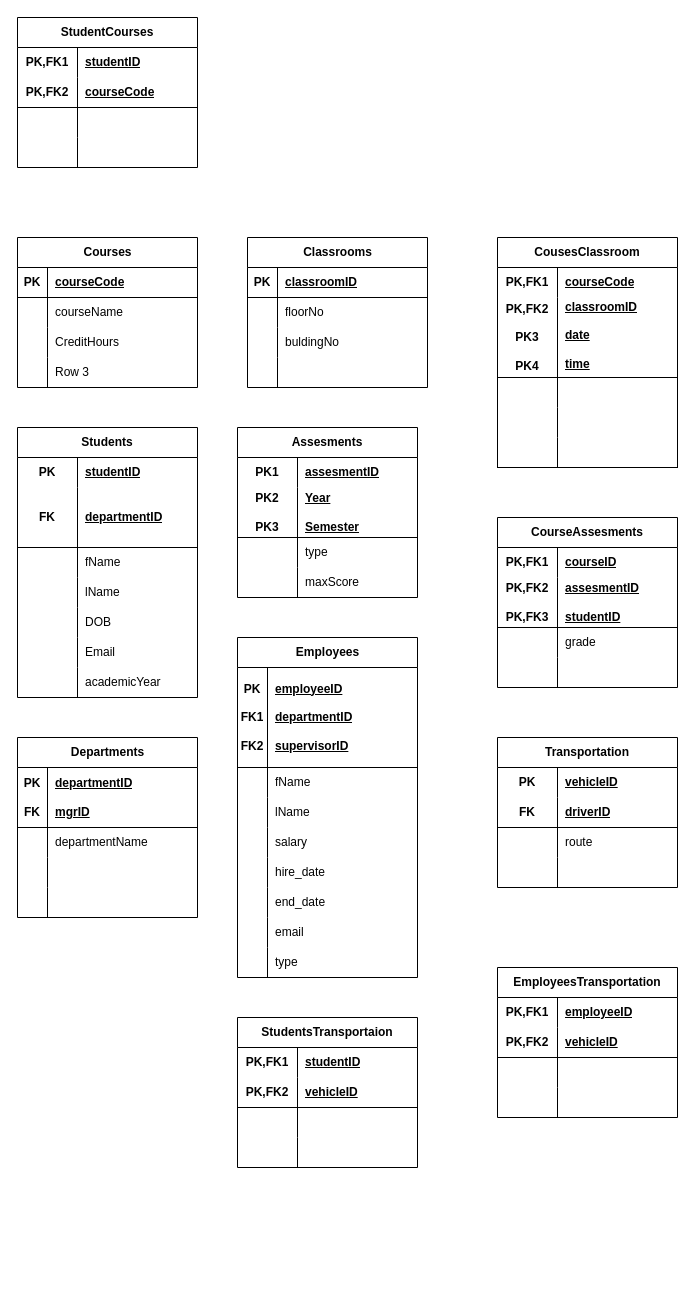
This is FacultyMapping.drawio from seiffmohamedd/University_DBMS, a draw.io file, before an edit. Source tidied: cells renumbered, new cells numbered last; positions are measured from the earlier drawing's top-left corner, leaving out a move shared by most shapes. Both pictures are drawn from the tidied source at 100%, with x=0, y=0 at pixel (17, 17).
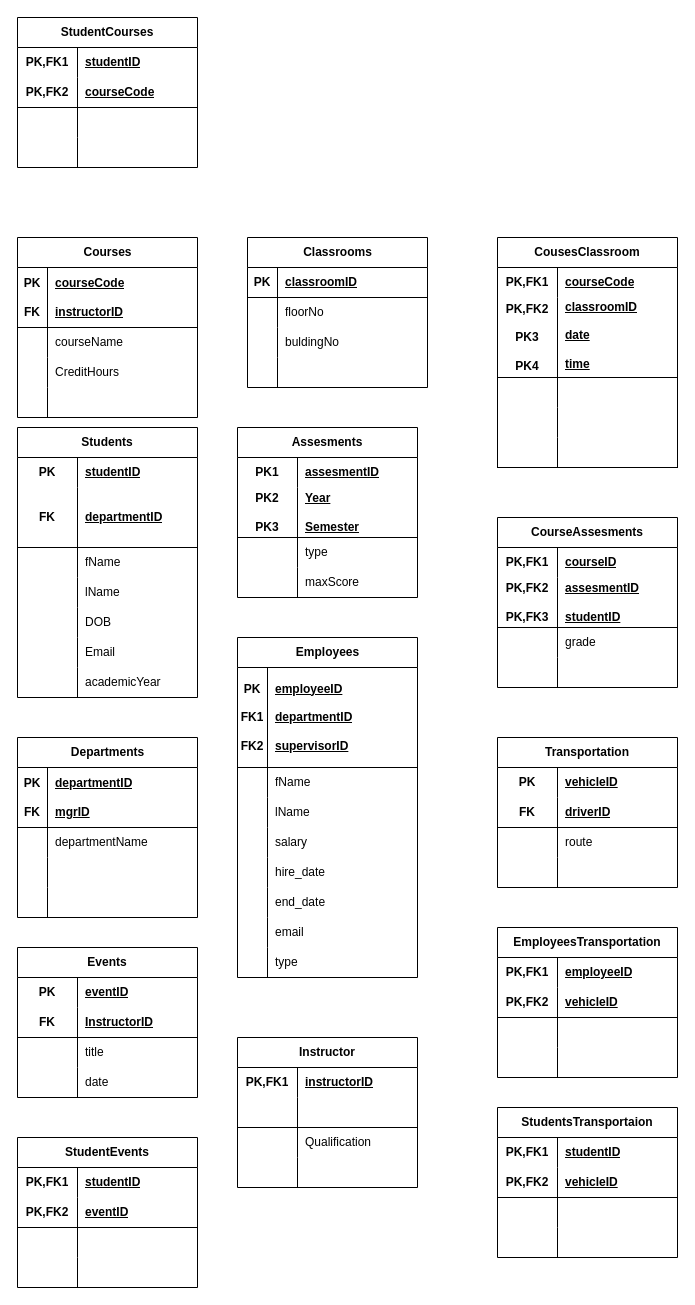
The same page after the edit.

Commit message (it also covers changes not shown here):
ERD Relations updated , Mapping done

Diff of the diagram source:
```diff
@@
     <mxCell id="15" value="Courses" style="shape=table;startSize=30;childLayout=tableLayout;rowLines=0;fontStyle=1;align=center;html=1;" parent="1" vertex="1">
-      <mxGeometry y="220" width="180" height="150" as="geometry" />
+      <mxGeometry y="220" width="180" height="180" as="geometry" />
     </mxCell>
     <mxCell id="16" style="shape=tableRow;horizontal=0;startSize=0;swimlaneHead=0;swimlaneBody=0;fillColor=none;top=0;left=0;right=0;bottom=1;" parent="15" vertex="1">
-      <mxGeometry y="30" width="180" height="30" as="geometry" />
+      <mxGeometry y="30" width="180" height="60" as="geometry" />
     </mxCell>
-    <mxCell id="17" value="PK" style="shape=partialRectangle;fillColor=none;top=0;left=0;bottom=0;right=0;fontStyle=1;overflow=hidden;whiteSpace=wrap;html=1;" parent="16" vertex="1">
-      <mxGeometry width="30" height="30" as="geometry" />
+    <mxCell id="17" value="PK&lt;div&gt;&lt;br&gt;&lt;/div&gt;&lt;div&gt;FK&lt;/div&gt;" style="shape=partialRectangle;fillColor=none;top=0;left=0;bottom=0;right=0;fontStyle=1;overflow=hidden;whiteSpace=wrap;html=1;" parent="16" vertex="1">
+      <mxGeometry width="30" height="60" as="geometry" />
     </mxCell>
-    <mxCell id="18" value="courseCode" style="shape=partialRectangle;fillColor=none;top=0;left=0;bottom=0;right=0;align=left;spacingLeft=6;fontStyle=5;overflow=hidden;whiteSpace=wrap;html=1;" parent="16" vertex="1">
-      <mxGeometry x="30" width="150" height="30" as="geometry" />
+    <mxCell id="18" value="courseCode&lt;div&gt;&lt;br&gt;&lt;/div&gt;&lt;div&gt;instructorID&lt;/div&gt;" style="shape=partialRectangle;fillColor=none;top=0;left=0;bottom=0;right=0;align=left;spacingLeft=6;fontStyle=5;overflow=hidden;whiteSpace=wrap;html=1;" parent="16" vertex="1">
+      <mxGeometry x="30" width="150" height="60" as="geometry" />
     </mxCell>
     <mxCell id="19" style="shape=tableRow;horizontal=0;startSize=0;swimlaneHead=0;swimlaneBody=0;fillColor=none;top=0;left=0;right=0;bottom=0;" parent="15" vertex="1">
-      <mxGeometry y="60" width="180" height="30" as="geometry" />
+      <mxGeometry y="90" width="180" height="30" as="geometry" />
     </mxCell>
@@
     <mxCell id="22" style="shape=tableRow;horizontal=0;startSize=0;swimlaneHead=0;swimlaneBody=0;fillColor=none;top=0;left=0;right=0;bottom=0;" parent="15" vertex="1">
-      <mxGeometry y="90" width="180" height="30" as="geometry" />
+      <mxGeometry y="120" width="180" height="30" as="geometry" />
     </mxCell>
@@
     <mxCell id="25" style="shape=tableRow;horizontal=0;startSize=0;swimlaneHead=0;swimlaneBody=0;fillColor=none;top=0;left=0;right=0;bottom=0;" parent="15" vertex="1">
-      <mxGeometry y="120" width="180" height="30" as="geometry" />
+      <mxGeometry y="150" width="180" height="30" as="geometry" />
     </mxCell>
@@
-    <mxCell id="27" value="Row 3" style="shape=partialRectangle;fillColor=none;top=0;left=0;bottom=0;right=0;align=left;spacingLeft=6;overflow=hidden;whiteSpace=wrap;html=1;" parent="25" vertex="1">
+    <mxCell id="27" style="shape=partialRectangle;fillColor=none;top=0;left=0;bottom=0;right=0;align=left;spacingLeft=6;overflow=hidden;whiteSpace=wrap;html=1;" parent="25" vertex="1">
       <mxGeometry x="30" width="150" height="30" as="geometry" />
     </mxCell>
@@
     <mxCell id="156" value="EmployeesTransportation" style="shape=table;startSize=30;childLayout=tableLayout;rowLines=0;fontStyle=1;align=center;html=1;whiteSpace=wrap;" parent="1" vertex="1">
-      <mxGeometry x="480" y="950" width="180" height="150" as="geometry" />
+      <mxGeometry x="480" y="910" width="180" height="150" as="geometry" />
     </mxCell>
@@
     <mxCell id="169" value="StudentsTransportaion" style="shape=table;startSize=30;childLayout=tableLayout;rowLines=0;fontStyle=1;align=center;html=1;whiteSpace=wrap;" parent="1" vertex="1">
-      <mxGeometry x="220" y="1000" width="180" height="150" as="geometry" />
+      <mxGeometry x="480" y="1090" width="180" height="150" as="geometry" />
     </mxCell>
@@
+    <mxCell id="182" value="Events" style="shape=table;startSize=30;childLayout=tableLayout;rowLines=0;fontStyle=1;align=center;html=1;whiteSpace=wrap;" parent="1" vertex="1">
+      <mxGeometry y="930" width="180" height="150" as="geometry" />
+    </mxCell>
+    <mxCell id="183" style="shape=tableRow;horizontal=0;startSize=0;swimlaneHead=0;swimlaneBody=0;fillColor=none;top=0;left=0;right=0;bottom=0;html=1;" parent="182" vertex="1">
+      <mxGeometry y="30" width="180" height="30" as="geometry" />
+    </mxCell>
+    <mxCell id="184" value="PK" style="shape=partialRectangle;fillColor=none;top=0;left=0;bottom=0;right=0;fontStyle=1;overflow=hidden;html=1;whiteSpace=wrap;" parent="183" vertex="1">
+      <mxGeometry width="60" height="30" as="geometry" />
+    </mxCell>
+    <mxCell id="185" value="eventID" style="shape=partialRectangle;fillColor=none;top=0;left=0;bottom=0;right=0;align=left;spacingLeft=6;fontStyle=5;overflow=hidden;html=1;whiteSpace=wrap;" parent="183" vertex="1">
+      <mxGeometry x="60" width="120" height="30" as="geometry" />
+    </mxCell>
+    <mxCell id="186" style="shape=tableRow;horizontal=0;startSize=0;swimlaneHead=0;swimlaneBody=0;fillColor=none;top=0;left=0;right=0;bottom=1;html=1;" parent="182" vertex="1">
+      <mxGeometry y="60" width="180" height="30" as="geometry" />
+    </mxCell>
+    <mxCell id="187" value="FK" style="shape=partialRectangle;fillColor=none;top=0;left=0;bottom=0;right=0;fontStyle=1;overflow=hidden;html=1;whiteSpace=wrap;" parent="186" vertex="1">
+      <mxGeometry width="60" height="30" as="geometry" />
+    </mxCell>
+    <mxCell id="188" value="InstructorID" style="shape=partialRectangle;fillColor=none;top=0;left=0;bottom=0;right=0;align=left;spacingLeft=6;fontStyle=5;overflow=hidden;html=1;whiteSpace=wrap;" parent="186" vertex="1">
+      <mxGeometry x="60" width="120" height="30" as="geometry" />
+    </mxCell>
+    <mxCell id="189" style="shape=tableRow;horizontal=0;startSize=0;swimlaneHead=0;swimlaneBody=0;fillColor=none;top=0;left=0;right=0;bottom=0;html=1;" parent="182" vertex="1">
+      <mxGeometry y="90" width="180" height="30" as="geometry" />
+    </mxCell>
+    <mxCell id="190" style="shape=partialRectangle;fillColor=none;top=0;left=0;bottom=0;right=0;overflow=hidden;html=1;whiteSpace=wrap;" parent="189" vertex="1">
+      <mxGeometry width="60" height="30" as="geometry" />
+    </mxCell>
+    <mxCell id="191" value="title" style="shape=partialRectangle;fillColor=none;top=0;left=0;bottom=0;right=0;align=left;spacingLeft=6;overflow=hidden;html=1;whiteSpace=wrap;" parent="189" vertex="1">
+      <mxGeometry x="60" width="120" height="30" as="geometry" />
+    </mxCell>
+    <mxCell id="192" style="shape=tableRow;horizontal=0;startSize=0;swimlaneHead=0;swimlaneBody=0;fillColor=none;top=0;left=0;right=0;bottom=0;html=1;" parent="182" vertex="1">
+      <mxGeometry y="120" width="180" height="30" as="geometry" />
+    </mxCell>
+    <mxCell id="193" style="shape=partialRectangle;fillColor=none;top=0;left=0;bottom=0;right=0;overflow=hidden;html=1;whiteSpace=wrap;" parent="192" vertex="1">
+      <mxGeometry width="60" height="30" as="geometry" />
+    </mxCell>
+    <mxCell id="194" value="date" style="shape=partialRectangle;fillColor=none;top=0;left=0;bottom=0;right=0;align=left;spacingLeft=6;overflow=hidden;html=1;whiteSpace=wrap;" parent="192" vertex="1">
+      <mxGeometry x="60" width="120" height="30" as="geometry" />
+    </mxCell>
+    <mxCell id="195" value="StudentEvents" style="shape=table;startSize=30;childLayout=tableLayout;rowLines=0;fontStyle=1;align=center;html=1;whiteSpace=wrap;" parent="1" vertex="1">
+      <mxGeometry y="1120" width="180" height="150" as="geometry" />
+    </mxCell>
+    <mxCell id="196" style="shape=tableRow;horizontal=0;startSize=0;swimlaneHead=0;swimlaneBody=0;fillColor=none;top=0;left=0;right=0;bottom=0;html=1;" parent="195" vertex="1">
+      <mxGeometry y="30" width="180" height="30" as="geometry" />
+    </mxCell>
+    <mxCell id="197" value="PK,FK1" style="shape=partialRectangle;fillColor=none;top=0;left=0;bottom=0;right=0;fontStyle=1;overflow=hidden;html=1;whiteSpace=wrap;" parent="196" vertex="1">
+      <mxGeometry width="60" height="30" as="geometry" />
+    </mxCell>
+    <mxCell id="198" value="studentID" style="shape=partialRectangle;fillColor=none;top=0;left=0;bottom=0;right=0;align=left;spacingLeft=6;fontStyle=5;overflow=hidden;html=1;whiteSpace=wrap;" parent="196" vertex="1">
+      <mxGeometry x="60" width="120" height="30" as="geometry" />
+    </mxCell>
+    <mxCell id="199" style="shape=tableRow;horizontal=0;startSize=0;swimlaneHead=0;swimlaneBody=0;fillColor=none;top=0;left=0;right=0;bottom=1;html=1;" parent="195" vertex="1">
+      <mxGeometry y="60" width="180" height="30" as="geometry" />
+    </mxCell>
+    <mxCell id="200" value="PK,FK2" style="shape=partialRectangle;fillColor=none;top=0;left=0;bottom=0;right=0;fontStyle=1;overflow=hidden;html=1;whiteSpace=wrap;" parent="199" vertex="1">
+      <mxGeometry width="60" height="30" as="geometry" />
+    </mxCell>
+    <mxCell id="201" value="eventID" style="shape=partialRectangle;fillColor=none;top=0;left=0;bottom=0;right=0;align=left;spacingLeft=6;fontStyle=5;overflow=hidden;html=1;whiteSpace=wrap;" parent="199" vertex="1">
+      <mxGeometry x="60" width="120" height="30" as="geometry" />
+    </mxCell>
+    <mxCell id="202" style="shape=tableRow;horizontal=0;startSize=0;swimlaneHead=0;swimlaneBody=0;fillColor=none;top=0;left=0;right=0;bottom=0;html=1;" parent="195" vertex="1">
+      <mxGeometry y="90" width="180" height="30" as="geometry" />
+    </mxCell>
+    <mxCell id="203" style="shape=partialRectangle;fillColor=none;top=0;left=0;bottom=0;right=0;overflow=hidden;html=1;whiteSpace=wrap;" parent="202" vertex="1">
+      <mxGeometry width="60" height="30" as="geometry" />
+    </mxCell>
+    <mxCell id="204" style="shape=partialRectangle;fillColor=none;top=0;left=0;bottom=0;right=0;align=left;spacingLeft=6;overflow=hidden;html=1;whiteSpace=wrap;" parent="202" vertex="1">
+      <mxGeometry x="60" width="120" height="30" as="geometry" />
+    </mxCell>
+    <mxCell id="205" style="shape=tableRow;horizontal=0;startSize=0;swimlaneHead=0;swimlaneBody=0;fillColor=none;top=0;left=0;right=0;bottom=0;html=1;" parent="195" vertex="1">
+      <mxGeometry y="120" width="180" height="30" as="geometry" />
+    </mxCell>
+    <mxCell id="206" style="shape=partialRectangle;fillColor=none;top=0;left=0;bottom=0;right=0;overflow=hidden;html=1;whiteSpace=wrap;" parent="205" vertex="1">
+      <mxGeometry width="60" height="30" as="geometry" />
+    </mxCell>
+    <mxCell id="207" style="shape=partialRectangle;fillColor=none;top=0;left=0;bottom=0;right=0;align=left;spacingLeft=6;overflow=hidden;html=1;whiteSpace=wrap;" parent="205" vertex="1">
+      <mxGeometry x="60" width="120" height="30" as="geometry" />
+    </mxCell>
+    <mxCell id="208" value="Instructor" style="shape=table;startSize=30;childLayout=tableLayout;rowLines=0;fontStyle=1;align=center;html=1;whiteSpace=wrap;" parent="1" vertex="1">
+      <mxGeometry x="220" y="1020" width="180" height="150" as="geometry" />
+    </mxCell>
+    <mxCell id="209" style="shape=tableRow;horizontal=0;startSize=0;swimlaneHead=0;swimlaneBody=0;fillColor=none;top=0;left=0;right=0;bottom=0;html=1;" parent="208" vertex="1">
+      <mxGeometry y="30" width="180" height="30" as="geometry" />
+    </mxCell>
+    <mxCell id="210" value="PK,FK1" style="shape=partialRectangle;fillColor=none;top=0;left=0;bottom=0;right=0;fontStyle=1;overflow=hidden;html=1;whiteSpace=wrap;" parent="209" vertex="1">
+      <mxGeometry width="60" height="30" as="geometry" />
+    </mxCell>
+    <mxCell id="211" value="instructorID" style="shape=partialRectangle;fillColor=none;top=0;left=0;bottom=0;right=0;align=left;spacingLeft=6;fontStyle=5;overflow=hidden;html=1;whiteSpace=wrap;" parent="209" vertex="1">
+      <mxGeometry x="60" width="120" height="30" as="geometry" />
+    </mxCell>
+    <mxCell id="212" style="shape=tableRow;horizontal=0;startSize=0;swimlaneHead=0;swimlaneBody=0;fillColor=none;top=0;left=0;right=0;bottom=1;html=1;" parent="208" vertex="1">
+      <mxGeometry y="60" width="180" height="30" as="geometry" />
+    </mxCell>
+    <mxCell id="213" style="shape=partialRectangle;fillColor=none;top=0;left=0;bottom=0;right=0;fontStyle=1;overflow=hidden;html=1;whiteSpace=wrap;" parent="212" vertex="1">
+      <mxGeometry width="60" height="30" as="geometry" />
+    </mxCell>
+    <mxCell id="214" style="shape=partialRectangle;fillColor=none;top=0;left=0;bottom=0;right=0;align=left;spacingLeft=6;fontStyle=5;overflow=hidden;html=1;whiteSpace=wrap;" parent="212" vertex="1">
+      <mxGeometry x="60" width="120" height="30" as="geometry" />
+    </mxCell>
+    <mxCell id="215" style="shape=tableRow;horizontal=0;startSize=0;swimlaneHead=0;swimlaneBody=0;fillColor=none;top=0;left=0;right=0;bottom=0;html=1;" parent="208" vertex="1">
+      <mxGeometry y="90" width="180" height="30" as="geometry" />
+    </mxCell>
+    <mxCell id="216" style="shape=partialRectangle;fillColor=none;top=0;left=0;bottom=0;right=0;overflow=hidden;html=1;whiteSpace=wrap;" parent="215" vertex="1">
+      <mxGeometry width="60" height="30" as="geometry" />
+    </mxCell>
+    <mxCell id="217" value="Qualification" style="shape=partialRectangle;fillColor=none;top=0;left=0;bottom=0;right=0;align=left;spacingLeft=6;overflow=hidden;html=1;whiteSpace=wrap;" parent="215" vertex="1">
+      <mxGeometry x="60" width="120" height="30" as="geometry" />
+    </mxCell>
+    <mxCell id="218" style="shape=tableRow;horizontal=0;startSize=0;swimlaneHead=0;swimlaneBody=0;fillColor=none;top=0;left=0;right=0;bottom=0;html=1;" parent="208" vertex="1">
+      <mxGeometry y="120" width="180" height="30" as="geometry" />
+    </mxCell>
+    <mxCell id="219" style="shape=partialRectangle;fillColor=none;top=0;left=0;bottom=0;right=0;overflow=hidden;html=1;whiteSpace=wrap;" parent="218" vertex="1">
+      <mxGeometry width="60" height="30" as="geometry" />
+    </mxCell>
+    <mxCell id="220" style="shape=partialRectangle;fillColor=none;top=0;left=0;bottom=0;right=0;align=left;spacingLeft=6;overflow=hidden;html=1;whiteSpace=wrap;" parent="218" vertex="1">
+      <mxGeometry x="60" width="120" height="30" as="geometry" />
+    </mxCell>
```
